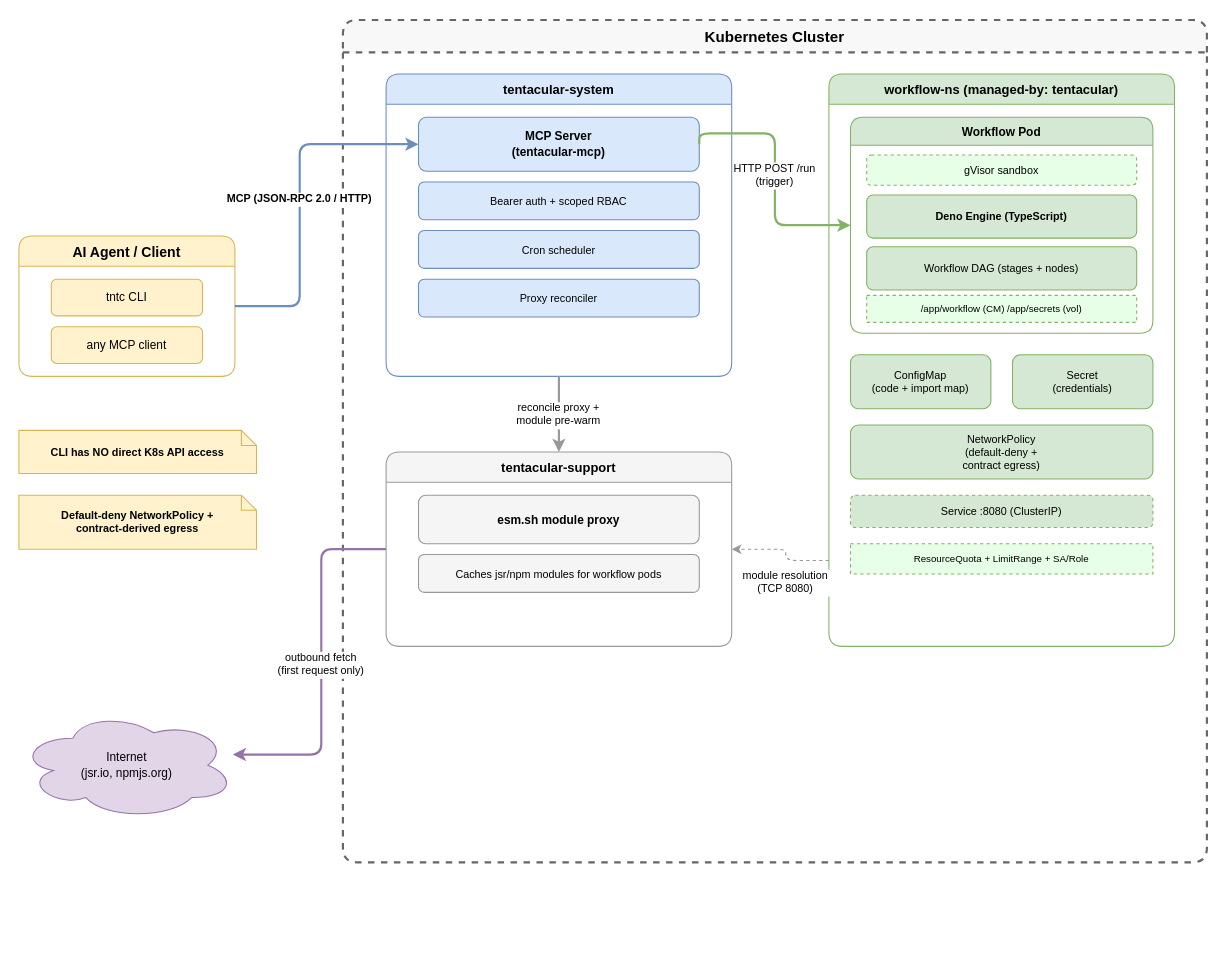
Earlier version of the draw.io diagram docs/diagrams/system-architecture.drawio (randybias/tentacular). Source tidied: cells renumbered, new cells numbered last; positions are measured from the earlier drawing's top-left corner, leaving out a move shared by most shapes. Both pictures are drawn from the tidied source at 108%, with x=0, y=0 at pixel (18, 19).
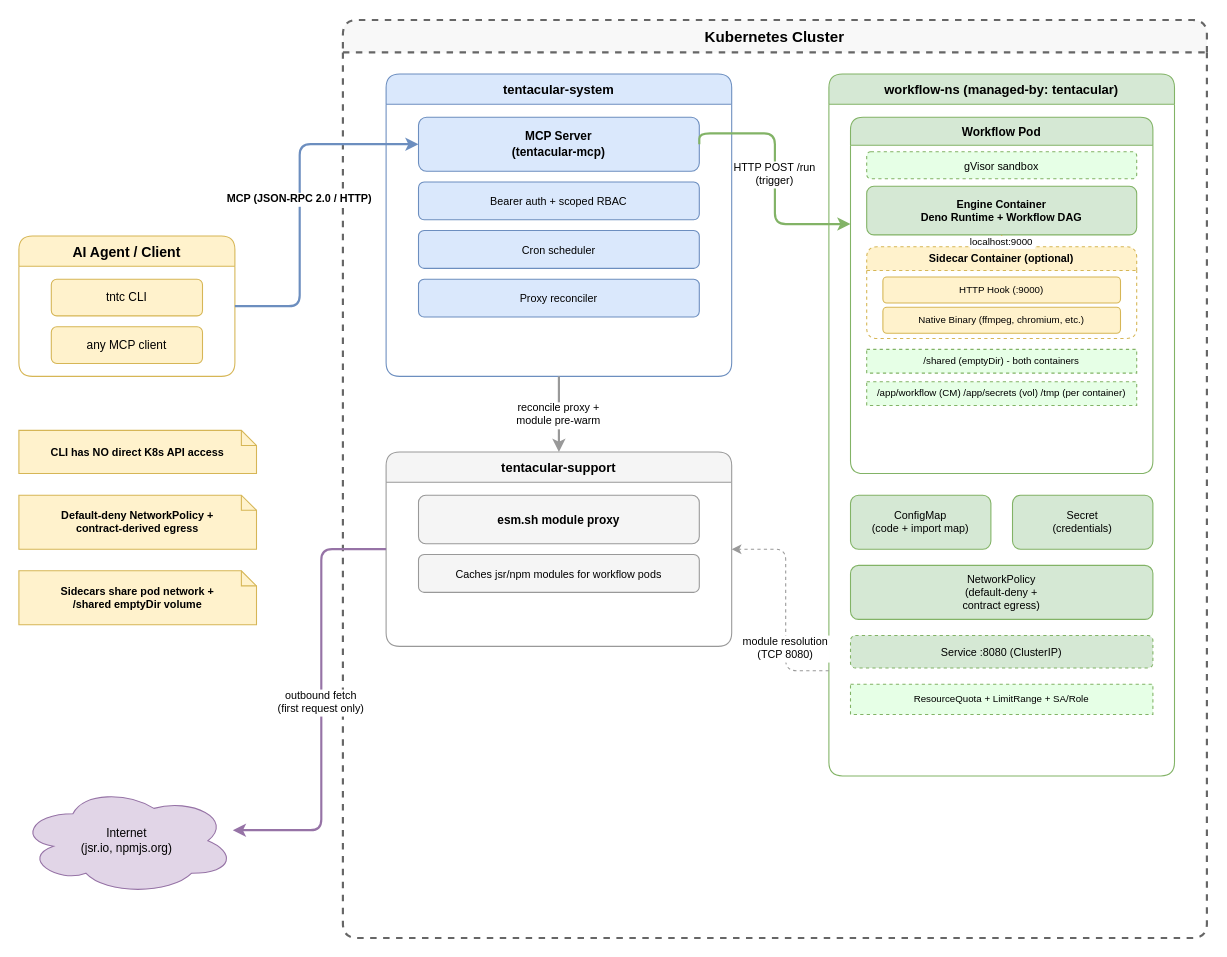
After the change.

Commit message:
docs: update system architecture diagram with sidecar pod structure

Add sidecar container, /shared emptyDir volume, and localhost:9000
edge to the workflow pod section of the system architecture drawio.
Matches the SVG already published in tentacular-docs PR #14.

The change refers to these unchanged cells:
```xml
<mxCell id="7" value="MCP Server&#10;(tentacular-mcp)" style="rounded=1;whiteSpace=wrap;fillColor=#dae8fc;strokeColor=#6c8ebf;fontFamily=Helvetica;fontSize=11;fontStyle=1;" parent="6" vertex="1">
  <mxGeometry x="30" y="40" width="260" height="50" as="geometry" />
</mxCell>
<mxCell id="11" value="tentacular-support" style="swimlane;startSize=28;fillColor=#f5f5f5;strokeColor=#999999;fontFamily=Helvetica;fontStyle=1;fontSize=12;rounded=1;" parent="5" vertex="1">
  <mxGeometry x="40" y="400" width="320" height="180" as="geometry" />
</mxCell>
```

Change to the diagram source:
```diff
@@
     <mxCell id="5" value="Kubernetes Cluster" style="swimlane;startSize=30;fillColor=#f8f8f8;strokeColor=#666666;fontFamily=Helvetica;fontStyle=1;fontSize=14;rounded=1;strokeWidth=2;dashed=1;" parent="1" vertex="1">
-      <mxGeometry x="300" width="800" height="780" as="geometry" />
+      <mxGeometry x="300" width="800" height="850" as="geometry" />
     </mxCell>
@@
     <mxCell id="14" value="workflow-ns (managed-by: tentacular)" style="swimlane;startSize=28;fillColor=#d5e8d4;strokeColor=#82b366;fontFamily=Helvetica;fontStyle=1;fontSize=12;rounded=1;" parent="5" vertex="1">
-      <mxGeometry x="450" y="50" width="320" height="530" as="geometry" />
+      <mxGeometry x="450" y="50" width="320" height="650" as="geometry" />
     </mxCell>
     <mxCell id="15" value="Workflow Pod" style="swimlane;startSize=26;fillColor=#d5e8d4;strokeColor=#82b366;fontFamily=Helvetica;fontStyle=1;fontSize=11;rounded=1;" parent="14" vertex="1">
-      <mxGeometry x="20" y="40" width="280" height="200" as="geometry" />
+      <mxGeometry x="20" y="40" width="280" height="330" as="geometry" />
     </mxCell>
     <mxCell id="16" value="gVisor sandbox" style="rounded=1;whiteSpace=wrap;fillColor=#e6ffe6;strokeColor=#82b366;fontFamily=Helvetica;fontSize=10;dashed=1;" parent="15" vertex="1">
-      <mxGeometry x="15" y="35" width="250" height="28" as="geometry" />
+      <mxGeometry x="15" y="32" width="250" height="25" as="geometry" />
     </mxCell>
-    <mxCell id="17" value="Deno Engine (TypeScript)" style="rounded=1;whiteSpace=wrap;fillColor=#d5e8d4;strokeColor=#82b366;fontFamily=Helvetica;fontSize=10;fontStyle=1;" parent="15" vertex="1">
-      <mxGeometry x="15" y="72" width="250" height="40" as="geometry" />
+    <mxCell id="17" value="Engine Container&#10;Deno Runtime + Workflow DAG" style="rounded=1;whiteSpace=wrap;fillColor=#d5e8d4;strokeColor=#82b366;fontFamily=Helvetica;fontSize=10;fontStyle=1;" parent="15" vertex="1">
+      <mxGeometry x="15" y="64" width="250" height="45" as="geometry" />
     </mxCell>
-    <mxCell id="18" value="Workflow DAG (stages + nodes)" style="rounded=1;whiteSpace=wrap;fillColor=#d5e8d4;strokeColor=#82b366;fontFamily=Helvetica;fontSize=10;" parent="15" vertex="1">
-      <mxGeometry x="15" y="120" width="250" height="40" as="geometry" />
-    </mxCell>
+    <mxCell id="33" value="Sidecar Container (optional)" style="swimlane;startSize=22;fillColor=#fff2cc;strokeColor=#d6b656;fontFamily=Helvetica;fontStyle=1;fontSize=10;rounded=1;dashed=1;" parent="15" vertex="1">
+      <mxGeometry x="15" y="120" width="250" height="85" as="geometry" />
+    </mxCell>
+    <mxCell id="34" value="HTTP Hook (:9000)" style="rounded=1;whiteSpace=wrap;fillColor=#fff2cc;strokeColor=#d6b656;fontFamily=Helvetica;fontSize=9;" parent="33" vertex="1">
+      <mxGeometry x="15" y="28" width="220" height="24" as="geometry" />
+    </mxCell>
+    <mxCell id="35" value="Native Binary (ffmpeg, chromium, etc.)" style="rounded=1;whiteSpace=wrap;fillColor=#fff2cc;strokeColor=#d6b656;fontFamily=Helvetica;fontSize=9;" parent="33" vertex="1">
+      <mxGeometry x="15" y="56" width="220" height="24" as="geometry" />
+    </mxCell>
+    <mxCell id="36" value="/shared (emptyDir) - both containers" style="rounded=0;whiteSpace=wrap;fillColor=#e6ffe6;strokeColor=#82b366;fontFamily=Helvetica;fontSize=9;dashed=1;" parent="15" vertex="1">
+      <mxGeometry x="15" y="215" width="250" height="22" as="geometry" />
+    </mxCell>
-    <mxCell id="19" value="/app/workflow (CM)  /app/secrets (vol)" style="rounded=0;whiteSpace=wrap;fillColor=#e6ffe6;strokeColor=#82b366;fontFamily=Helvetica;fontSize=9;dashed=1;" parent="15" vertex="1">
-      <mxGeometry x="15" y="165" width="250" height="25" as="geometry" />
+    <mxCell id="19" value="/app/workflow (CM)  /app/secrets (vol)  /tmp (per container)" style="rounded=0;whiteSpace=wrap;fillColor=#e6ffe6;strokeColor=#82b366;fontFamily=Helvetica;fontSize=9;dashed=1;" parent="15" vertex="1">
+      <mxGeometry x="15" y="245" width="250" height="22" as="geometry" />
     </mxCell>
+    <mxCell id="37" value="localhost:9000" style="edgeStyle=orthogonalEdgeStyle;rounded=1;strokeColor=#d6b656;fontFamily=Helvetica;fontSize=9;strokeWidth=1;dashed=1;exitX=0.5;exitY=1;exitDx=0;exitDy=0;entryX=0.5;entryY=0;entryDx=0;entryDy=0;" parent="15" edge="1" source="17" target="33">
+      <mxGeometry relative="1" as="geometry" />
+    </mxCell>
     <mxCell id="20" value="ConfigMap&#10;(code + import map)" style="rounded=1;whiteSpace=wrap;fillColor=#d5e8d4;strokeColor=#82b366;fontFamily=Helvetica;fontSize=10;" parent="14" vertex="1">
-      <mxGeometry x="20" y="260" width="130" height="50" as="geometry" />
+      <mxGeometry x="20" y="390" width="130" height="50" as="geometry" />
     </mxCell>
     <mxCell id="21" value="Secret&#10;(credentials)" style="rounded=1;whiteSpace=wrap;fillColor=#d5e8d4;strokeColor=#82b366;fontFamily=Helvetica;fontSize=10;" parent="14" vertex="1">
-      <mxGeometry x="170" y="260" width="130" height="50" as="geometry" />
+      <mxGeometry x="170" y="390" width="130" height="50" as="geometry" />
     </mxCell>
     <mxCell id="22" value="NetworkPolicy&#10;(default-deny +&#10;contract egress)" style="rounded=1;whiteSpace=wrap;fillColor=#d5e8d4;strokeColor=#82b366;fontFamily=Helvetica;fontSize=10;" parent="14" vertex="1">
-      <mxGeometry x="20" y="325" width="280" height="50" as="geometry" />
+      <mxGeometry x="20" y="455" width="280" height="50" as="geometry" />
     </mxCell>
     <mxCell id="23" value="Service :8080 (ClusterIP)" style="rounded=1;whiteSpace=wrap;fillColor=#d5e8d4;strokeColor=#82b366;fontFamily=Helvetica;fontSize=10;dashed=1;" parent="14" vertex="1">
-      <mxGeometry x="20" y="390" width="280" height="30" as="geometry" />
+      <mxGeometry x="20" y="520" width="280" height="30" as="geometry" />
     </mxCell>
     <mxCell id="24" value="ResourceQuota + LimitRange + SA/Role" style="rounded=0;whiteSpace=wrap;fillColor=#e6ffe6;strokeColor=#82b366;fontFamily=Helvetica;fontSize=9;dashed=1;" parent="14" vertex="1">
-      <mxGeometry x="20" y="435" width="280" height="28" as="geometry" />
+      <mxGeometry x="20" y="565" width="280" height="28" as="geometry" />
     </mxCell>
-    <mxCell id="25" value="HTTP POST /run&#10;(trigger)" style="edgeStyle=orthogonalEdgeStyle;rounded=1;strokeColor=#82b366;fontFamily=Helvetica;fontSize=10;strokeWidth=2;exitX=1;exitY=0.5;exitDx=0;exitDy=0;entryX=0;entryY=0.5;entryDx=0;entryDy=0;" parent="5" edge="1" source="7" target="15">
+    <mxCell id="25" value="HTTP POST /run&#10;(trigger)" style="edgeStyle=orthogonalEdgeStyle;rounded=1;strokeColor=#82b366;fontFamily=Helvetica;fontSize=10;strokeWidth=2;exitX=1;exitY=0.5;exitDx=0;exitDy=0;entryX=0;entryY=0.3;entryDx=0;entryDy=0;" parent="5" edge="1" source="7" target="15">
       <mxGeometry relative="1" as="geometry">
         <Array as="points">
           <mxPoint x="400" y="105" />
-          <mxPoint x="400" y="190" />
+          <mxPoint x="400" y="189" />
         </Array>
       </mxGeometry>
     </mxCell>
@@
     <mxCell id="27" value="module resolution&#10;(TCP 8080)" style="edgeStyle=orthogonalEdgeStyle;rounded=1;strokeColor=#999999;fontFamily=Helvetica;fontSize=10;strokeWidth=1;dashed=1;exitX=0;exitY=0.85;exitDx=0;exitDy=0;entryX=1;entryY=0.5;entryDx=0;entryDy=0;" parent="5" edge="1" source="14" target="11">
       <mxGeometry x="-0.2" y="-19" relative="1" as="geometry">
         <Array as="points">
-          <mxPoint x="410" y="501" />
+          <mxPoint x="410" y="603" />
           <mxPoint x="410" y="490" />
         </Array>
         <mxPoint x="-19" y="20" as="offset" />
       </mxGeometry>
     </mxCell>
     <mxCell id="28" value="Internet&#10;(jsr.io, npmjs.org)" style="ellipse;shape=cloud;whiteSpace=wrap;fillColor=#e1d5e7;strokeColor=#9673a6;fontFamily=Helvetica;fontSize=11;" parent="1" vertex="1">
-      <mxGeometry y="640" width="200" height="100" as="geometry" />
+      <mxGeometry y="710" width="200" height="100" as="geometry" />
     </mxCell>
     <mxCell id="29" value="outbound fetch&#10;(first request only)" style="edgeStyle=orthogonalEdgeStyle;rounded=1;strokeColor=#9673a6;fontFamily=Helvetica;fontSize=10;strokeWidth=2;exitX=0;exitY=0.5;exitDx=0;exitDy=0;entryX=1;entryY=0.4;entryDx=0;entryDy=0;" parent="1" edge="1" source="11" target="28">
       <mxGeometry relative="1" as="geometry">
         <Array as="points">
           <mxPoint x="280" y="490" />
-          <mxPoint x="280" y="680" />
+          <mxPoint x="280" y="750" />
         </Array>
       </mxGeometry>
     </mxCell>
@@
+    <mxCell id="38" value="Sidecars share pod network +&#10;/shared emptyDir volume" style="shape=note;whiteSpace=wrap;size=14;fillColor=#fff2cc;strokeColor=#d6b656;fontFamily=Helvetica;fontSize=10;fontStyle=1;align=center;" parent="1" vertex="1">
+      <mxGeometry y="510" width="220" height="50" as="geometry" />
+    </mxCell>
```
